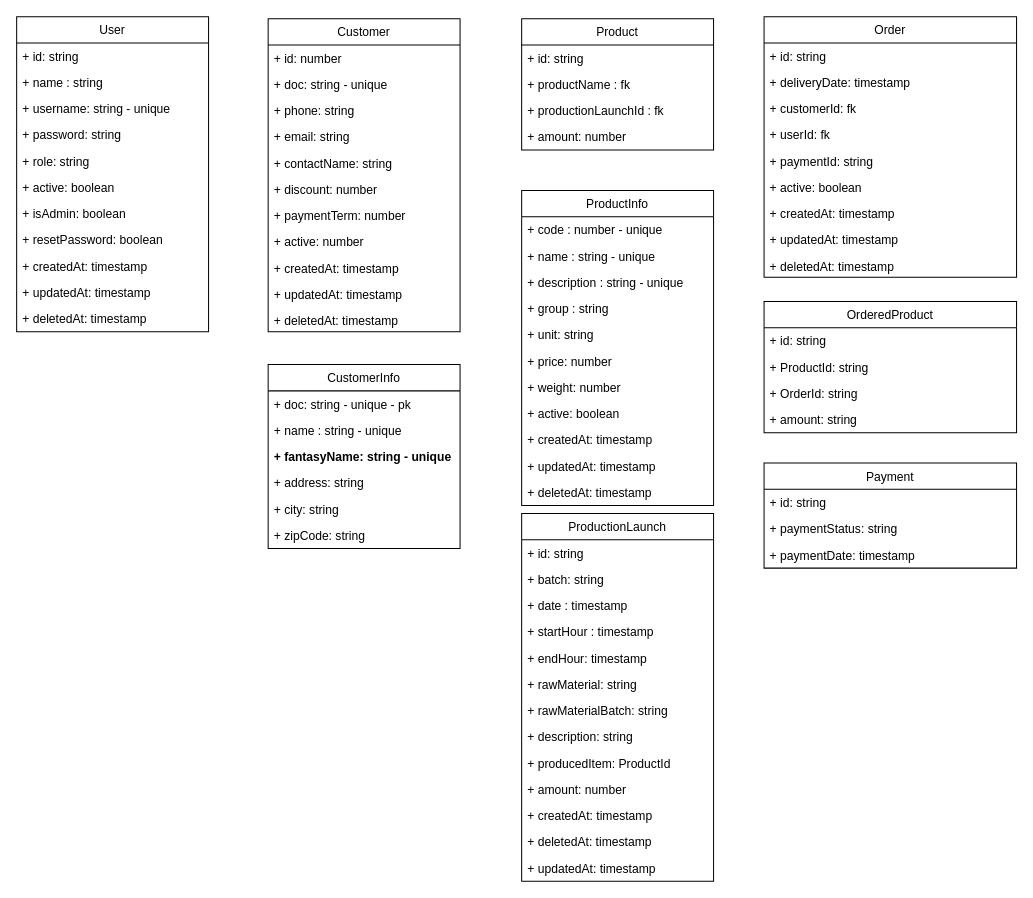
gabrielmrenno/erp_sales keeps this draw.io diagram as documentation/class-diagram.drawio. Above is the earlier version. Source tidied: cells renumbered, new cells numbered last; positions are measured from the earlier drawing's top-left corner, leaving out a move shared by most shapes. Both pictures are drawn from the tidied source at 101%, with x=0, y=0 at pixel (16, 16).
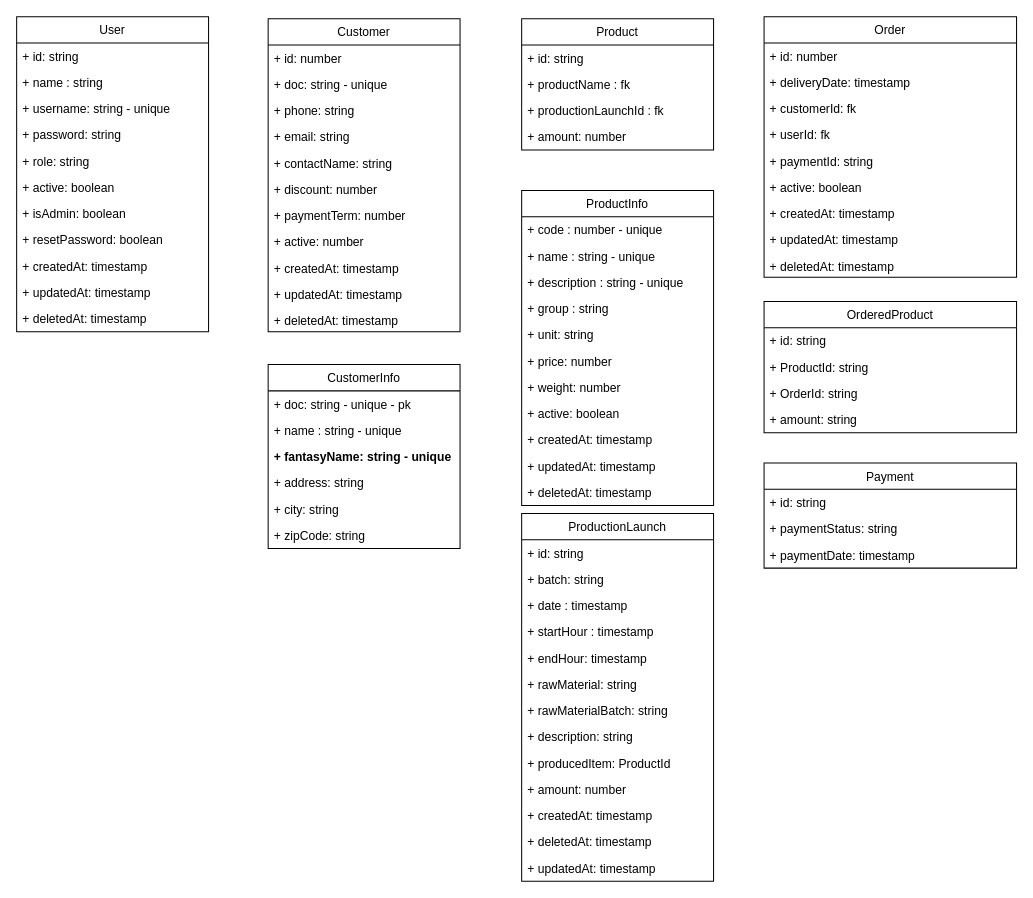
After the change.

Unchanged cells that the change refers to:
```xml
<mxCell id="31" value="Order" style="swimlane;fontStyle=0;horizontal=1;startSize=26;fillColor=none;" parent="1" vertex="1">
  <mxGeometry x="740" width="250" height="258" as="geometry" />
</mxCell>
```

Change to the diagram source:
```diff
@@
-    <mxCell id="32" value="+ id: string" style="text;strokeColor=none;fillColor=none;align=left;verticalAlign=top;spacingLeft=4;spacingRight=4;overflow=hidden;" parent="31" vertex="1">
+    <mxCell id="32" value="+ id: number" style="text;strokeColor=none;fillColor=none;align=left;verticalAlign=top;spacingLeft=4;spacingRight=4;overflow=hidden;" parent="31" vertex="1">
       <mxGeometry y="26" width="250" height="26" as="geometry" />
     </mxCell>
```
